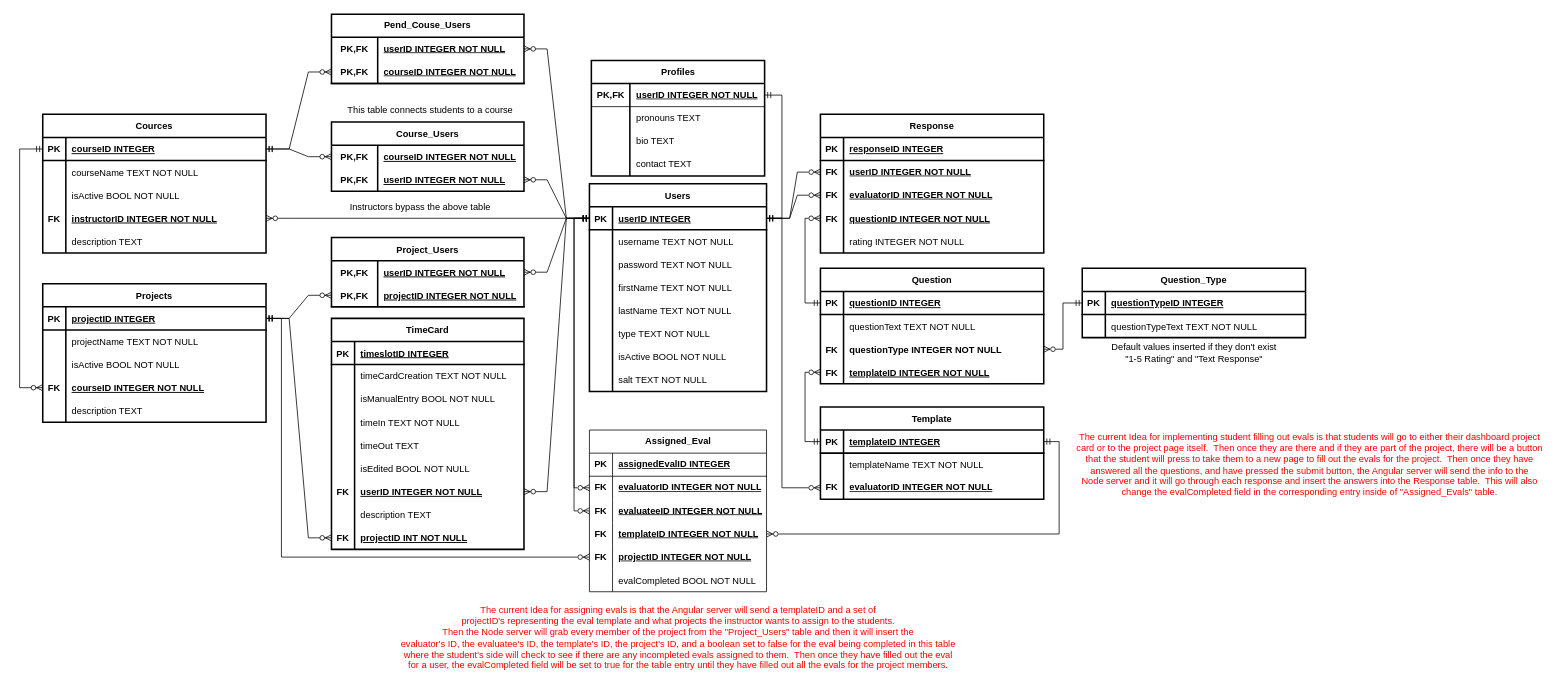
The draw.io diagram docs/Time Tracker database schema.drawio in bradleypeterson/TimeTrackerFall22, before the edit. Source tidied: cells renumbered, new cells numbered last; positions are measured from the earlier drawing's top-left corner, leaving out a move shared by most shapes. Both pictures are drawn from the tidied source at 77%, with x=0, y=0 at pixel (19, 14).
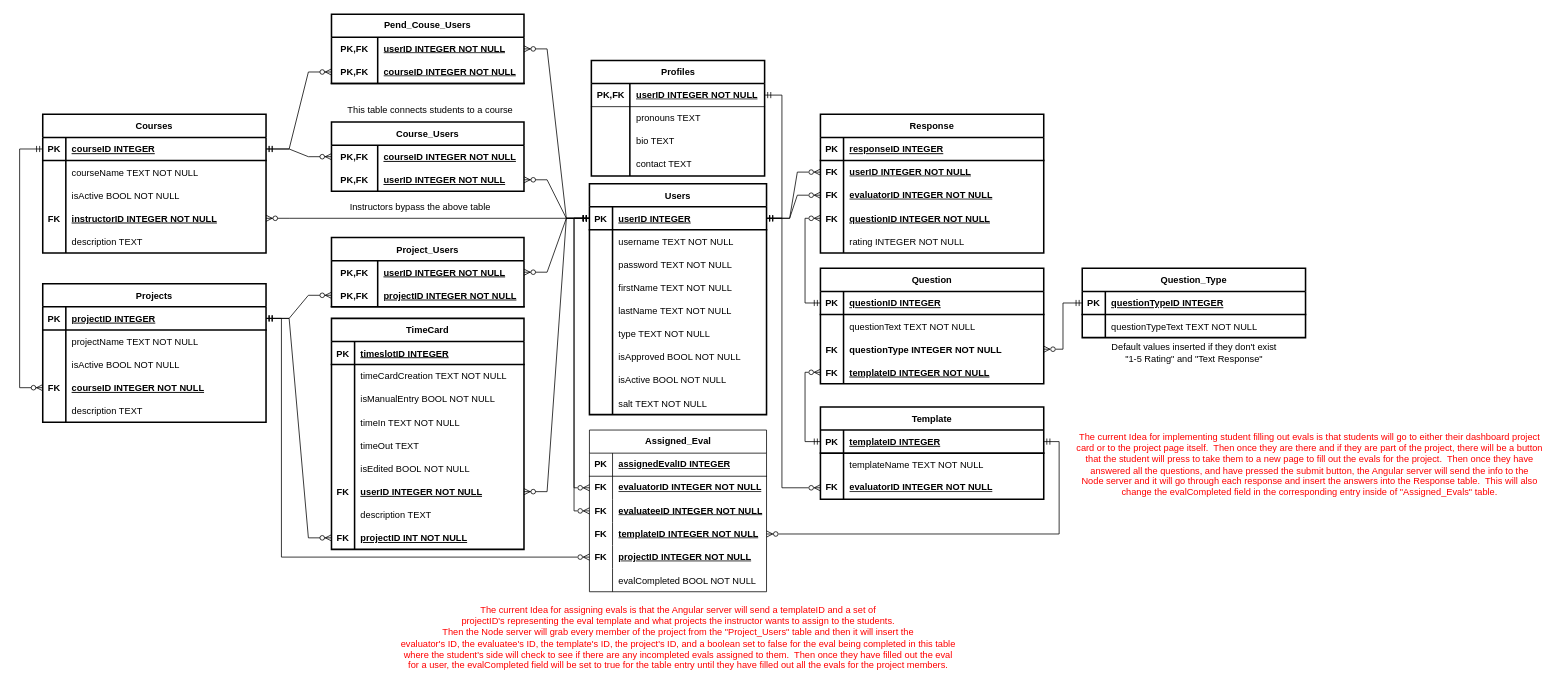
The same page after the edit.

Commit message (it also covers changes not shown here):
Updated database schema

Unchanged cells that the change refers to:
```xml
<mxCell id="22" style="shape=tableRow;horizontal=0;startSize=0;swimlaneHead=0;swimlaneBody=0;fillColor=none;top=0;left=0;right=0;bottom=0;strokeWidth=2;fontSize=12;" parent="3" vertex="1">
  <mxGeometry y="210" width="230" height="30" as="geometry" />
</mxCell>
<mxCell id="25" style="shape=tableRow;horizontal=0;startSize=0;swimlaneHead=0;swimlaneBody=0;fillColor=none;top=0;left=0;right=0;bottom=0;strokeWidth=2;fontSize=12;" parent="3" vertex="1">
  <mxGeometry y="240" width="230" height="30" as="geometry" />
</mxCell>
```

What changed in the source:
```diff
@@
     <mxCell id="3" value="Users" style="shape=table;startSize=30;childLayout=tableLayout;rowLines=0;fontStyle=1;align=center;strokeWidth=2;fontSize=12;" parent="1" vertex="1">
-      <mxGeometry x="740" y="220" width="230" height="270" as="geometry" />
+      <mxGeometry x="740" y="220" width="230" height="300" as="geometry" />
     </mxCell>
@@
-    <mxCell id="24" value="isActive BOOL NOT NULL" style="shape=partialRectangle;fillColor=none;top=0;left=0;bottom=0;right=0;align=left;spacingLeft=6;overflow=hidden;strokeWidth=2;fontSize=12;" parent="22" vertex="1">
+    <mxCell id="24" value="isApproved BOOL NOT NULL" style="shape=partialRectangle;fillColor=none;top=0;left=0;bottom=0;right=0;align=left;spacingLeft=6;overflow=hidden;strokeWidth=2;fontSize=12;" parent="22" vertex="1">
       <mxGeometry x="30" width="200" height="30" as="geometry" />
     </mxCell>
@@
-    <mxCell id="27" value="salt TEXT NOT NULL" style="shape=partialRectangle;fillColor=none;top=0;left=0;bottom=0;right=0;align=left;spacingLeft=6;overflow=hidden;strokeWidth=2;fontSize=12;" parent="25" vertex="1">
+    <mxCell id="27" value="isActive BOOL NOT NULL" style="shape=partialRectangle;fillColor=none;top=0;left=0;bottom=0;right=0;align=left;spacingLeft=6;overflow=hidden;strokeWidth=2;fontSize=12;" parent="25" vertex="1">
       <mxGeometry x="30" width="200" height="30" as="geometry" />
     </mxCell>
+    <mxCell id="212" style="shape=tableRow;horizontal=0;startSize=0;swimlaneHead=0;swimlaneBody=0;fillColor=none;top=0;left=0;right=0;bottom=0;strokeWidth=2;fontSize=12;" parent="3" vertex="1">
+      <mxGeometry y="270" width="230" height="30" as="geometry" />
+    </mxCell>
+    <mxCell id="213" style="shape=partialRectangle;fillColor=none;top=0;left=0;bottom=0;right=0;overflow=hidden;strokeWidth=2;fontSize=12;" parent="212" vertex="1">
+      <mxGeometry width="30" height="30" as="geometry" />
+    </mxCell>
+    <mxCell id="214" value="salt TEXT NOT NULL" style="shape=partialRectangle;fillColor=none;top=0;left=0;bottom=0;right=0;align=left;spacingLeft=6;overflow=hidden;strokeWidth=2;fontSize=12;" parent="212" vertex="1">
+      <mxGeometry x="30" width="200" height="30" as="geometry" />
+    </mxCell>
@@
-    <mxCell id="63" value="Cources" style="shape=table;startSize=30;childLayout=tableLayout;rowLines=0;fontStyle=1;align=center;strokeWidth=2;fontSize=12;" parent="1" vertex="1">
+    <mxCell id="63" value="Courses" style="shape=table;startSize=30;childLayout=tableLayout;rowLines=0;fontStyle=1;align=center;strokeWidth=2;fontSize=12;" parent="1" vertex="1">
       <mxGeometry x="30" y="130" width="290" height="180" as="geometry" />
     </mxCell>
```
